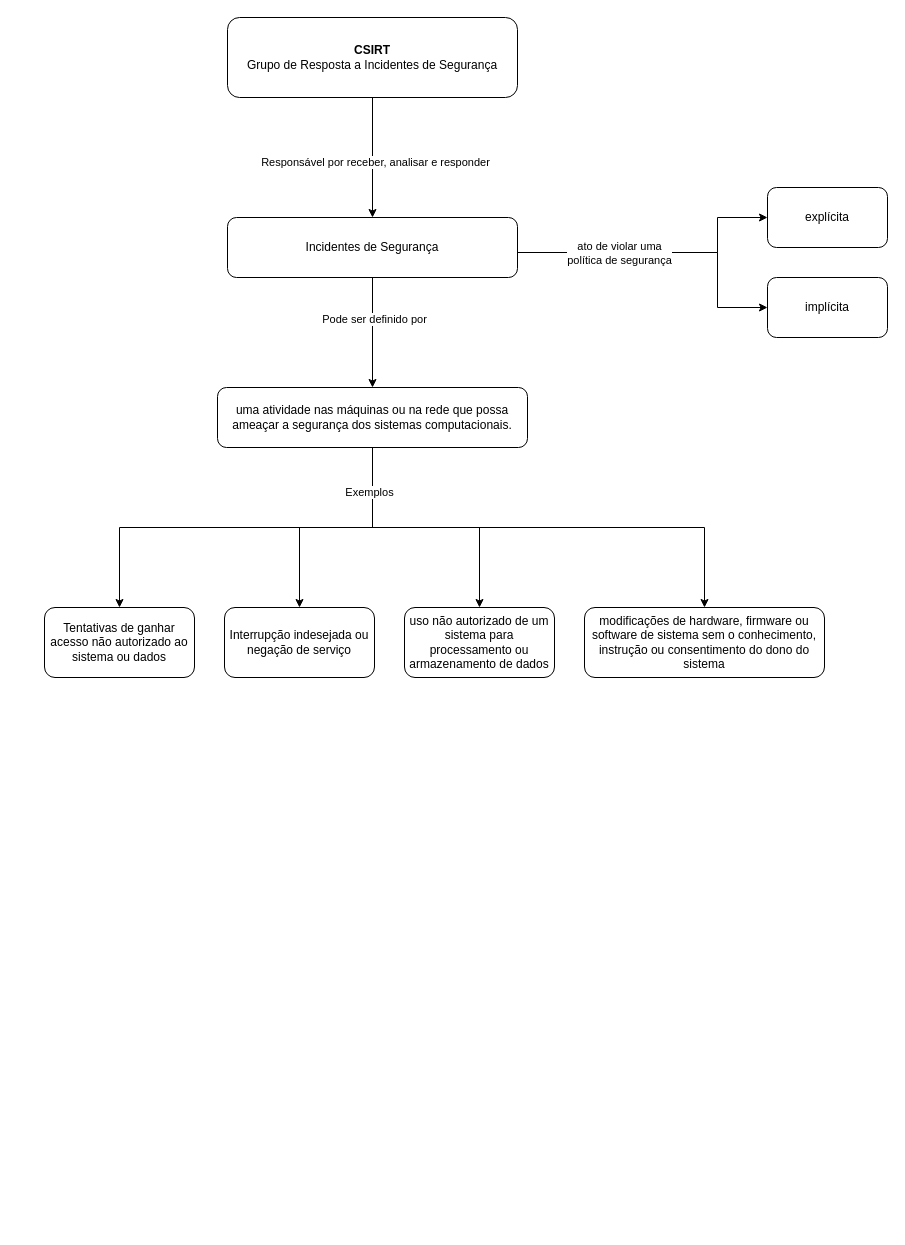
evelopes/diagramas keeps this draw.io diagram as segurancaEDireitoDigital.drawio. Above is the earlier version. Source tidied: cells renumbered, new cells numbered last; positions are measured from the earlier drawing's top-left corner, leaving out a move shared by most shapes. Both pictures are drawn from the tidied source at 100%, with x=0, y=0 at pixel (44, 17).
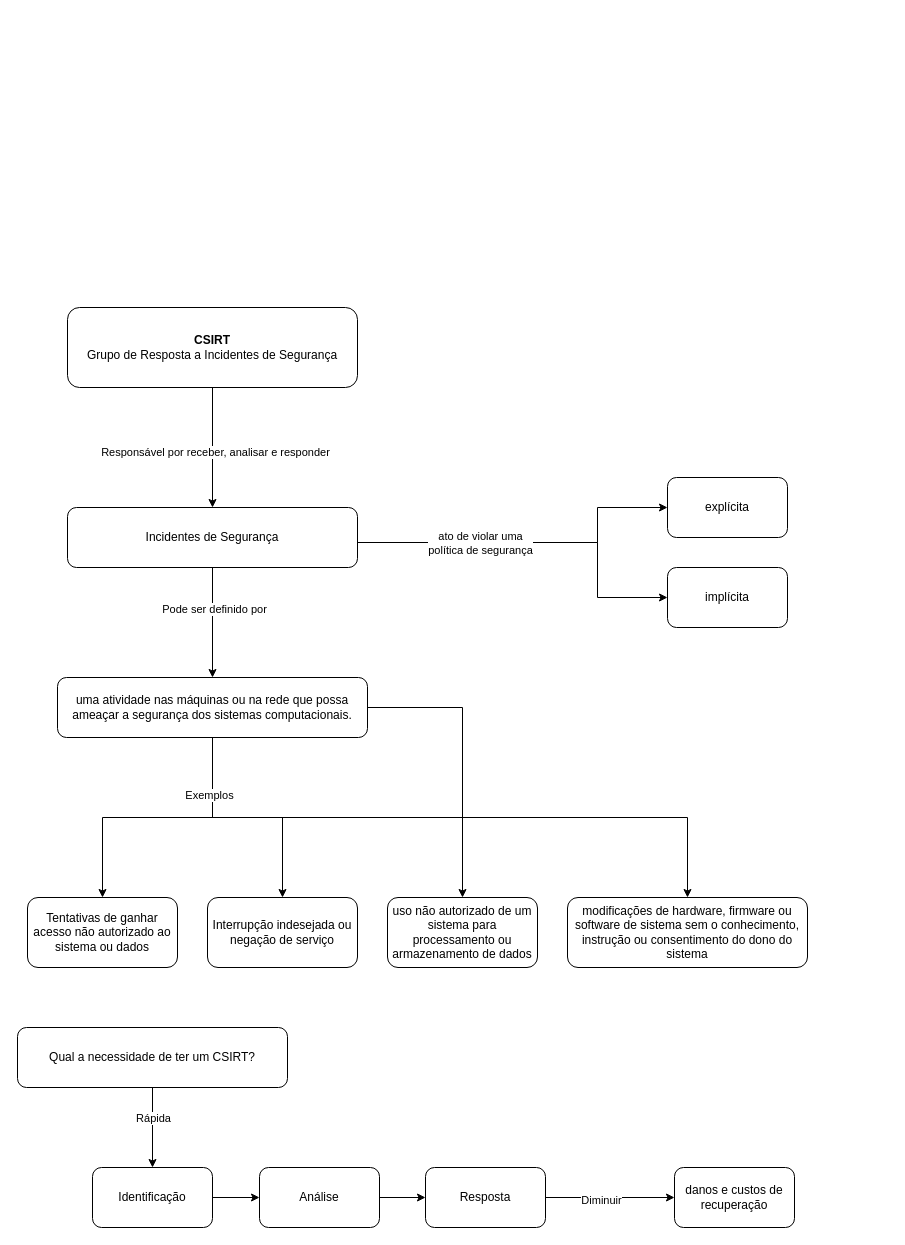
The same diagram, later.

Diff of the diagram source:
```diff
@@
     <mxCell id="4" value="&lt;b&gt;CSIRT&lt;/b&gt;&lt;br&gt;Grupo de Resposta a Incidentes de Segurança" style="rounded=1;whiteSpace=wrap;html=1;" parent="1" vertex="1">
-      <mxGeometry x="183" width="290" height="80" as="geometry" />
+      <mxGeometry x="23" y="290" width="290" height="80" as="geometry" />
     </mxCell>
     <mxCell id="5" style="edgeStyle=orthogonalEdgeStyle;rounded=0;jettySize=auto;html=1;entryX=0;entryY=0.5;entryDx=0;entryDy=0;" parent="1" edge="1" source="10" target="15">
       <mxGeometry relative="1" as="geometry">
         <Array as="points">
-          <mxPoint x="673" y="235" />
-          <mxPoint x="673" y="200" />
+          <mxPoint x="553" y="525" />
+          <mxPoint x="553" y="490" />
         </Array>
       </mxGeometry>
     </mxCell>
     <mxCell id="6" style="edgeStyle=orthogonalEdgeStyle;rounded=0;jettySize=auto;html=1;entryX=0;entryY=0.5;entryDx=0;entryDy=0;" parent="1" edge="1" source="10" target="16">
       <mxGeometry relative="1" as="geometry">
         <Array as="points">
-          <mxPoint x="673" y="235" />
-          <mxPoint x="673" y="290" />
+          <mxPoint x="553" y="525" />
+          <mxPoint x="553" y="580" />
         </Array>
       </mxGeometry>
     </mxCell>
@@
     <mxCell id="10" value="Incidentes de Segurança" style="rounded=1;whiteSpace=wrap;html=1;" parent="1" vertex="1">
-      <mxGeometry x="183" y="200" width="290" height="60" as="geometry" />
+      <mxGeometry x="23" y="490" width="290" height="60" as="geometry" />
     </mxCell>
     <mxCell id="11" value="Tentativas de ganhar acesso não autorizado ao sistema ou dados" style="rounded=1;whiteSpace=wrap;html=1;" parent="1" vertex="1">
-      <mxGeometry y="590" width="150" height="70" as="geometry" />
+      <mxGeometry x="-17" y="880" width="150" height="70" as="geometry" />
     </mxCell>
     <mxCell id="12" value="Interrupção indesejada ou negação de serviço" style="rounded=1;whiteSpace=wrap;html=1;" parent="1" vertex="1">
-      <mxGeometry x="180" y="590" width="150" height="70" as="geometry" />
+      <mxGeometry x="163" y="880" width="150" height="70" as="geometry" />
     </mxCell>
     <mxCell id="13" value="modificações de hardware, firmware ou software de sistema sem o conhecimento, instrução ou consentimento do dono do sistema" style="rounded=1;whiteSpace=wrap;html=1;" parent="1" vertex="1">
-      <mxGeometry x="540" y="590" width="240" height="70" as="geometry" />
+      <mxGeometry x="523" y="880" width="240" height="70" as="geometry" />
     </mxCell>
     <mxCell id="14" value="uso não autorizado de um sistema para processamento ou armazenamento de dados" style="rounded=1;whiteSpace=wrap;html=1;" parent="1" vertex="1">
-      <mxGeometry x="360" y="590" width="150" height="70" as="geometry" />
+      <mxGeometry x="343" y="880" width="150" height="70" as="geometry" />
     </mxCell>
     <mxCell id="15" value="explícita" style="whiteSpace=wrap;html=1;rounded=1;" parent="1" vertex="1">
-      <mxGeometry x="723" y="170" width="120" height="60" as="geometry" />
+      <mxGeometry x="623" y="460" width="120" height="60" as="geometry" />
     </mxCell>
     <mxCell id="16" value="implícita" style="whiteSpace=wrap;html=1;rounded=1;" parent="1" vertex="1">
-      <mxGeometry x="723" y="260" width="120" height="60" as="geometry" />
+      <mxGeometry x="623" y="550" width="120" height="60" as="geometry" />
     </mxCell>
@@
     <mxCell id="22" value="uma atividade nas máquinas ou na rede que possa ameaçar a segurança dos sistemas computacionais." style="rounded=1;whiteSpace=wrap;html=1;" parent="1" vertex="1">
-      <mxGeometry x="173" y="370" width="310" height="60" as="geometry" />
+      <mxGeometry x="13" y="660" width="310" height="60" as="geometry" />
     </mxCell>
+    <mxCell id="23" style="edgeStyle=orthogonalEdgeStyle;rounded=0;jettySize=auto;html=1;entryX=0.5;entryY=0;entryDx=0;entryDy=0;" parent="1" edge="1" source="25" target="27">
+      <mxGeometry relative="1" as="geometry" />
+    </mxCell>
+    <mxCell id="24" value="Rápida" style="edgeLabel;html=1;align=center;verticalAlign=middle;" parent="23" vertex="1">
+      <mxGeometry x="-0.71" relative="1" as="geometry">
+        <mxPoint y="18" as="offset" />
+      </mxGeometry>
+    </mxCell>
+    <mxCell id="25" value="Qual a necessidade de ter um CSIRT?" style="rounded=1;whiteSpace=wrap;html=1;" parent="1" vertex="1">
+      <mxGeometry x="-27" y="1010" width="270" height="60" as="geometry" />
+    </mxCell>
+    <mxCell id="26" style="edgeStyle=orthogonalEdgeStyle;rounded=0;jettySize=auto;html=1;entryX=0;entryY=0.5;entryDx=0;entryDy=0;" parent="1" edge="1" source="27" target="32">
+      <mxGeometry relative="1" as="geometry" />
+    </mxCell>
+    <mxCell id="27" value="Identificação" style="rounded=1;whiteSpace=wrap;html=1;" parent="1" vertex="1">
+      <mxGeometry x="48" y="1150" width="120" height="60" as="geometry" />
+    </mxCell>
+    <mxCell id="28" style="edgeStyle=orthogonalEdgeStyle;rounded=0;jettySize=auto;html=1;entryX=0;entryY=0.5;entryDx=0;entryDy=0;" parent="1" edge="1" source="30" target="33">
+      <mxGeometry relative="1" as="geometry" />
+    </mxCell>
+    <mxCell id="29" value="Diminuir" style="edgeLabel;html=1;align=center;verticalAlign=middle;" parent="28" vertex="1">
+      <mxGeometry x="-0.15" y="-2" relative="1" as="geometry" />
+    </mxCell>
+    <mxCell id="30" value="Resposta" style="rounded=1;whiteSpace=wrap;html=1;" parent="1" vertex="1">
+      <mxGeometry x="381" y="1150" width="120" height="60" as="geometry" />
+    </mxCell>
+    <mxCell id="31" style="edgeStyle=orthogonalEdgeStyle;rounded=0;jettySize=auto;html=1;entryX=0;entryY=0.5;entryDx=0;entryDy=0;" parent="1" edge="1" source="32" target="30">
+      <mxGeometry relative="1" as="geometry" />
+    </mxCell>
+    <mxCell id="32" value="Análise" style="rounded=1;whiteSpace=wrap;html=1;" parent="1" vertex="1">
+      <mxGeometry x="215" y="1150" width="120" height="60" as="geometry" />
+    </mxCell>
+    <mxCell id="33" value="danos e custos de recuperação" style="rounded=1;whiteSpace=wrap;html=1;" parent="1" vertex="1">
+      <mxGeometry x="630" y="1150" width="120" height="60" as="geometry" />
+    </mxCell>
```
